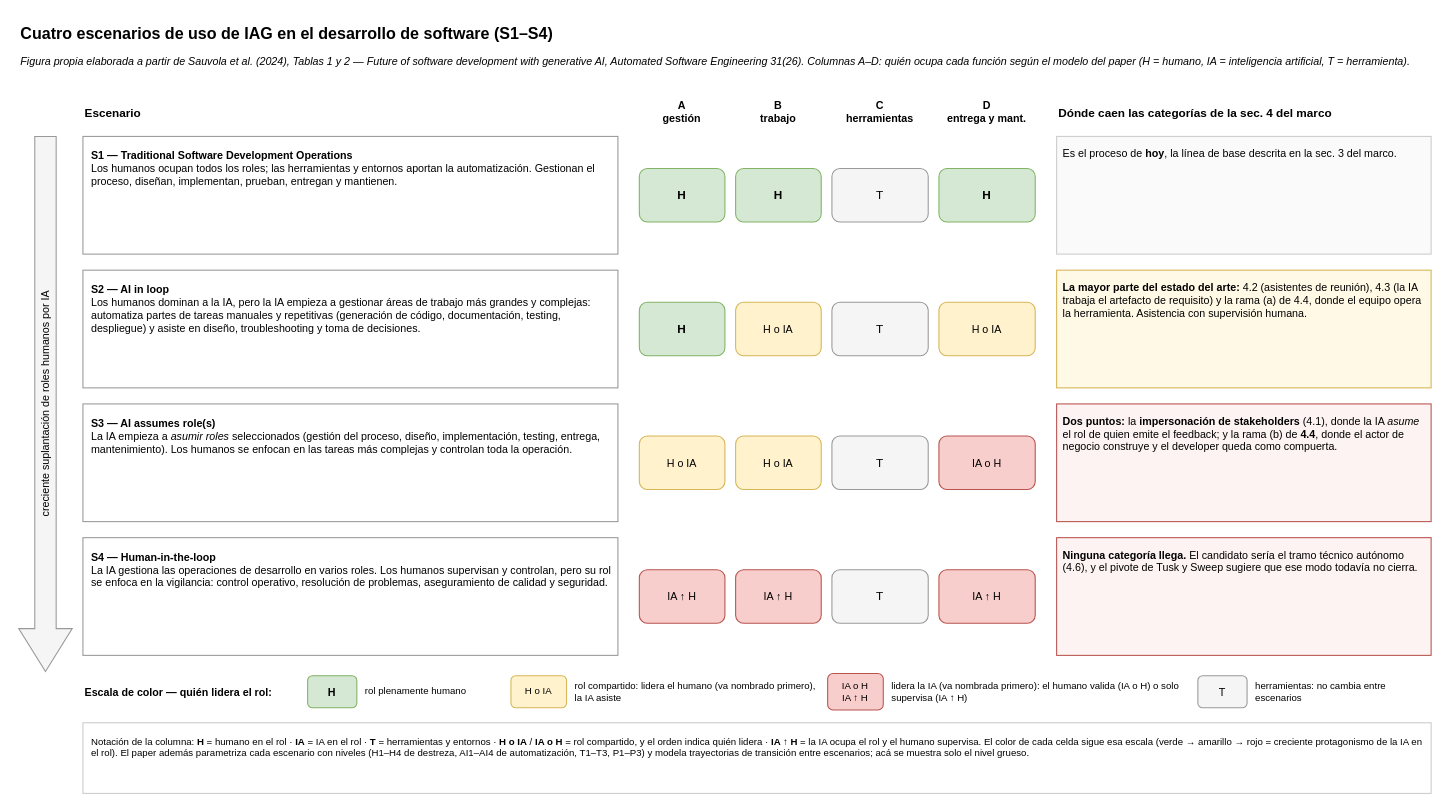
Above: sprint 15/diagramas/escenarios_s1_s4.drawio in vickychappuis/Tesis (draw.io), before the change. Source tidied: cells renumbered, new cells numbered last; positions are measured from the earlier drawing's top-left corner, leaving out a move shared by most shapes. Both pictures are drawn from the tidied source at 107%, with x=0, y=0 at pixel (18, 18).
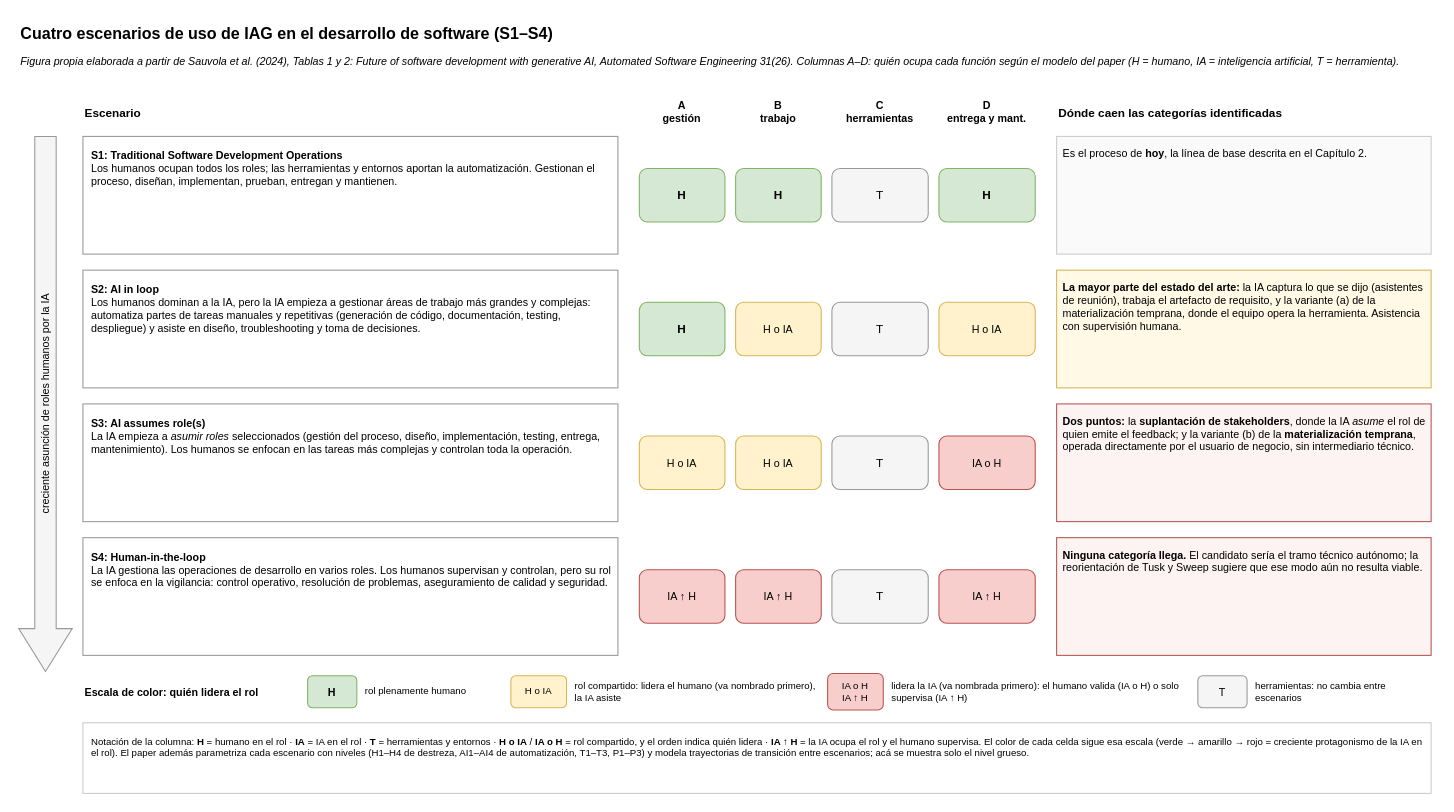
The same page after the edit.

Commit message (it also covers changes not shown here):
sprint 15: figuras BPMN y escenarios actualizadas a la terminologia de la tesis

The edit, as a diff of the source:
```diff
@@
-    <mxCell id="3" value="Figura propia elaborada a partir de Sauvola et al. (2024), Tablas 1 y 2 — &lt;i&gt;Future of software development with generative AI&lt;/i&gt;, Automated Software Engineering 31(26). Columnas A–D: quién ocupa cada función según el modelo del paper (H = humano, IA = inteligencia artificial, T = herramienta)." style="text;html=1;whiteSpace=wrap;strokeColor=none;fillColor=none;align=left;verticalAlign=top;fontSize=10;fontStyle=2;" parent="1" vertex="1">
+    <mxCell id="3" value="Figura propia elaborada a partir de Sauvola et al. (2024), Tablas 1 y 2: &lt;i&gt;Future of software development with generative AI&lt;/i&gt;, Automated Software Engineering 31(26). Columnas A–D: quién ocupa cada función según el modelo del paper (H = humano, IA = inteligencia artificial, T = herramienta)." style="text;html=1;whiteSpace=wrap;strokeColor=none;fillColor=none;align=left;verticalAlign=top;fontSize=10;fontStyle=2;" parent="1" vertex="1">
       <mxGeometry y="28" width="1320" height="34" as="geometry" />
     </mxCell>
@@
-    <mxCell id="9" value="Dónde caen las categorías de la sec. 4 del marco" style="text;html=1;strokeColor=none;fillColor=none;align=left;verticalAlign=middle;fontSize=11;fontStyle=1;" parent="1" vertex="1">
+    <mxCell id="9" value="Dónde caen las categorías identificadas" style="text;html=1;strokeColor=none;fillColor=none;align=left;verticalAlign=middle;fontSize=11;fontStyle=1;" parent="1" vertex="1">
       <mxGeometry x="970" y="76" width="350" height="24" as="geometry" />
     </mxCell>
-    <mxCell id="10" value="creciente suplantación de roles humanos por IA" style="shape=singleArrow;direction=south;whiteSpace=wrap;html=1;arrowWidth=0.4;arrowSize=0.08;fillColor=#F5F5F5;strokeColor=#999999;fontSize=10;horizontal=0;" parent="1" vertex="1">
+    <mxCell id="10" value="creciente asunción de roles humanos por la IA" style="shape=singleArrow;direction=south;whiteSpace=wrap;html=1;arrowWidth=0.4;arrowSize=0.08;fillColor=#F5F5F5;strokeColor=#999999;fontSize=10;horizontal=0;" parent="1" vertex="1">
       <mxGeometry y="110" width="50" height="500" as="geometry" />
     </mxCell>
-    <mxCell id="11" value="&lt;b&gt;S1 — Traditional Software Development Operations&lt;/b&gt;&lt;br&gt;Los humanos ocupan todos los roles; las herramientas y entornos aportan la automatización. Gestionan el proceso, diseñan, implementan, prueban, entregan y mantienen." style="rounded=0;whiteSpace=wrap;html=1;fillColor=#FFFFFF;strokeColor=#999999;align=left;verticalAlign=top;spacing=8;fontSize=10;" parent="1" vertex="1">
+    <mxCell id="11" value="&lt;b&gt;S1: Traditional Software Development Operations&lt;/b&gt;&lt;br&gt;Los humanos ocupan todos los roles; las herramientas y entornos aportan la automatización. Gestionan el proceso, diseñan, implementan, prueban, entregan y mantienen." style="rounded=0;whiteSpace=wrap;html=1;fillColor=#FFFFFF;strokeColor=#999999;align=left;verticalAlign=top;spacing=8;fontSize=10;" parent="1" vertex="1">
       <mxGeometry x="60" y="110" width="500" height="110" as="geometry" />
     </mxCell>
@@
-    <mxCell id="16" value="Es el proceso de &lt;b&gt;hoy&lt;/b&gt;, la línea de base descrita en la sec. 3 del marco." style="text;html=1;whiteSpace=wrap;strokeColor=#CCCCCC;fillColor=#FAFAFA;align=left;verticalAlign=top;spacing=6;fontSize=10;" parent="1" vertex="1">
+    <mxCell id="16" value="Es el proceso de &lt;b&gt;hoy&lt;/b&gt;, la línea de base descrita en el Capítulo 2." style="text;html=1;whiteSpace=wrap;strokeColor=#CCCCCC;fillColor=#FAFAFA;align=left;verticalAlign=top;spacing=6;fontSize=10;" parent="1" vertex="1">
       <mxGeometry x="970" y="110" width="350" height="110" as="geometry" />
     </mxCell>
-    <mxCell id="17" value="&lt;b&gt;S2 — AI in loop&lt;/b&gt;&lt;br&gt;Los humanos dominan a la IA, pero la IA empieza a gestionar áreas de trabajo más grandes y complejas: automatiza partes de tareas manuales y repetitivas (generación de código, documentación, testing, despliegue) y asiste en diseño, troubleshooting y toma de decisiones." style="rounded=0;whiteSpace=wrap;html=1;fillColor=#FFFFFF;strokeColor=#999999;align=left;verticalAlign=top;spacing=8;fontSize=10;" parent="1" vertex="1">
+    <mxCell id="17" value="&lt;b&gt;S2: AI in loop&lt;/b&gt;&lt;br&gt;Los humanos dominan a la IA, pero la IA empieza a gestionar áreas de trabajo más grandes y complejas: automatiza partes de tareas manuales y repetitivas (generación de código, documentación, testing, despliegue) y asiste en diseño, troubleshooting y toma de decisiones." style="rounded=0;whiteSpace=wrap;html=1;fillColor=#FFFFFF;strokeColor=#999999;align=left;verticalAlign=top;spacing=8;fontSize=10;" parent="1" vertex="1">
       <mxGeometry x="60" y="235" width="500" height="110" as="geometry" />
     </mxCell>
@@
-    <mxCell id="22" value="&lt;b&gt;La mayor parte del estado del arte:&lt;/b&gt; 4.2 (asistentes de reunión), 4.3 (la IA trabaja el artefacto de requisito) y la rama (a) de 4.4, donde el equipo opera la herramienta. Asistencia con supervisión humana." style="text;html=1;whiteSpace=wrap;strokeColor=#D6B656;fillColor=#FFF9E6;align=left;verticalAlign=top;spacing=6;fontSize=10;" parent="1" vertex="1">
+    <mxCell id="22" value="&lt;b&gt;La mayor parte del estado del arte:&lt;/b&gt; la IA captura lo que se dijo (asistentes de reunión), trabaja el artefacto de requisito, y la variante (a) de la materialización temprana, donde el equipo opera la herramienta. Asistencia con supervisión humana." style="text;html=1;whiteSpace=wrap;strokeColor=#D6B656;fillColor=#FFF9E6;align=left;verticalAlign=top;spacing=6;fontSize=10;" parent="1" vertex="1">
       <mxGeometry x="970" y="235" width="350" height="110" as="geometry" />
     </mxCell>
-    <mxCell id="23" value="&lt;b&gt;S3 — AI assumes role(s)&lt;/b&gt;&lt;br&gt;La IA empieza a &lt;i&gt;asumir roles&lt;/i&gt; seleccionados (gestión del proceso, diseño, implementación, testing, entrega, mantenimiento). Los humanos se enfocan en las tareas más complejas y controlan toda la operación." style="rounded=0;whiteSpace=wrap;html=1;fillColor=#FFFFFF;strokeColor=#999999;align=left;verticalAlign=top;spacing=8;fontSize=10;" parent="1" vertex="1">
+    <mxCell id="23" value="&lt;b&gt;S3: AI assumes role(s)&lt;/b&gt;&lt;br&gt;La IA empieza a &lt;i&gt;asumir roles&lt;/i&gt; seleccionados (gestión del proceso, diseño, implementación, testing, entrega, mantenimiento). Los humanos se enfocan en las tareas más complejas y controlan toda la operación." style="rounded=0;whiteSpace=wrap;html=1;fillColor=#FFFFFF;strokeColor=#999999;align=left;verticalAlign=top;spacing=8;fontSize=10;" parent="1" vertex="1">
       <mxGeometry x="60" y="360" width="500" height="110" as="geometry" />
     </mxCell>
@@
-    <mxCell id="28" value="&lt;b&gt;Dos puntos:&lt;/b&gt; la &lt;b&gt;impersonación de stakeholders&lt;/b&gt; (4.1), donde la IA &lt;i&gt;asume&lt;/i&gt; el rol de quien emite el feedback; y la rama (b) de &lt;b&gt;4.4&lt;/b&gt;, donde el actor de negocio construye y el developer queda como compuerta." style="text;html=1;whiteSpace=wrap;strokeColor=#B85450;fillColor=#FDF3F2;align=left;verticalAlign=top;spacing=6;fontSize=10;" parent="1" vertex="1">
+    <mxCell id="28" value="&lt;b&gt;Dos puntos:&lt;/b&gt; la &lt;b&gt;suplantación de stakeholders&lt;/b&gt;, donde la IA &lt;i&gt;asume&lt;/i&gt; el rol de quien emite el feedback; y la variante (b) de la &lt;b&gt;materialización temprana&lt;/b&gt;, operada directamente por el usuario de negocio, sin intermediario técnico." style="text;html=1;whiteSpace=wrap;strokeColor=#B85450;fillColor=#FDF3F2;align=left;verticalAlign=top;spacing=6;fontSize=10;" parent="1" vertex="1">
       <mxGeometry x="970" y="360" width="350" height="110" as="geometry" />
     </mxCell>
-    <mxCell id="29" value="&lt;b&gt;S4 — Human-in-the-loop&lt;/b&gt;&lt;br&gt;La IA gestiona las operaciones de desarrollo en varios roles. Los humanos supervisan y controlan, pero su rol se enfoca en la vigilancia: control operativo, resolución de problemas, aseguramiento de calidad y seguridad." style="rounded=0;whiteSpace=wrap;html=1;fillColor=#FFFFFF;strokeColor=#999999;align=left;verticalAlign=top;spacing=8;fontSize=10;" parent="1" vertex="1">
+    <mxCell id="29" value="&lt;b&gt;S4: Human-in-the-loop&lt;/b&gt;&lt;br&gt;La IA gestiona las operaciones de desarrollo en varios roles. Los humanos supervisan y controlan, pero su rol se enfoca en la vigilancia: control operativo, resolución de problemas, aseguramiento de calidad y seguridad." style="rounded=0;whiteSpace=wrap;html=1;fillColor=#FFFFFF;strokeColor=#999999;align=left;verticalAlign=top;spacing=8;fontSize=10;" parent="1" vertex="1">
       <mxGeometry x="60" y="485" width="500" height="110" as="geometry" />
     </mxCell>
@@
-    <mxCell id="34" value="&lt;b&gt;Ninguna categoría llega.&lt;/b&gt; El candidato sería el tramo técnico autónomo (4.6), y el pivote de Tusk y Sweep sugiere que ese modo todavía no cierra." style="text;html=1;whiteSpace=wrap;strokeColor=#B85450;fillColor=#FDF3F2;align=left;verticalAlign=top;spacing=6;fontSize=10;" parent="1" vertex="1">
+    <mxCell id="34" value="&lt;b&gt;Ninguna categoría llega.&lt;/b&gt; El candidato sería el tramo técnico autónomo; la reorientación de Tusk y Sweep sugiere que ese modo aún no resulta viable." style="text;html=1;whiteSpace=wrap;strokeColor=#B85450;fillColor=#FDF3F2;align=left;verticalAlign=top;spacing=6;fontSize=10;" parent="1" vertex="1">
       <mxGeometry x="970" y="485" width="350" height="110" as="geometry" />
     </mxCell>
-    <mxCell id="35" value="&lt;b&gt;Escala de color — quién lidera el rol:&lt;/b&gt;" style="text;html=1;strokeColor=none;fillColor=none;align=left;verticalAlign=middle;fontSize=10;" parent="1" vertex="1">
+    <mxCell id="35" value="&lt;b&gt;Escala de color: quién lidera el rol&lt;/b&gt;" style="text;html=1;strokeColor=none;fillColor=none;align=left;verticalAlign=middle;fontSize=10;" parent="1" vertex="1">
       <mxGeometry x="60" y="612" width="210" height="34" as="geometry" />
     </mxCell>
```
